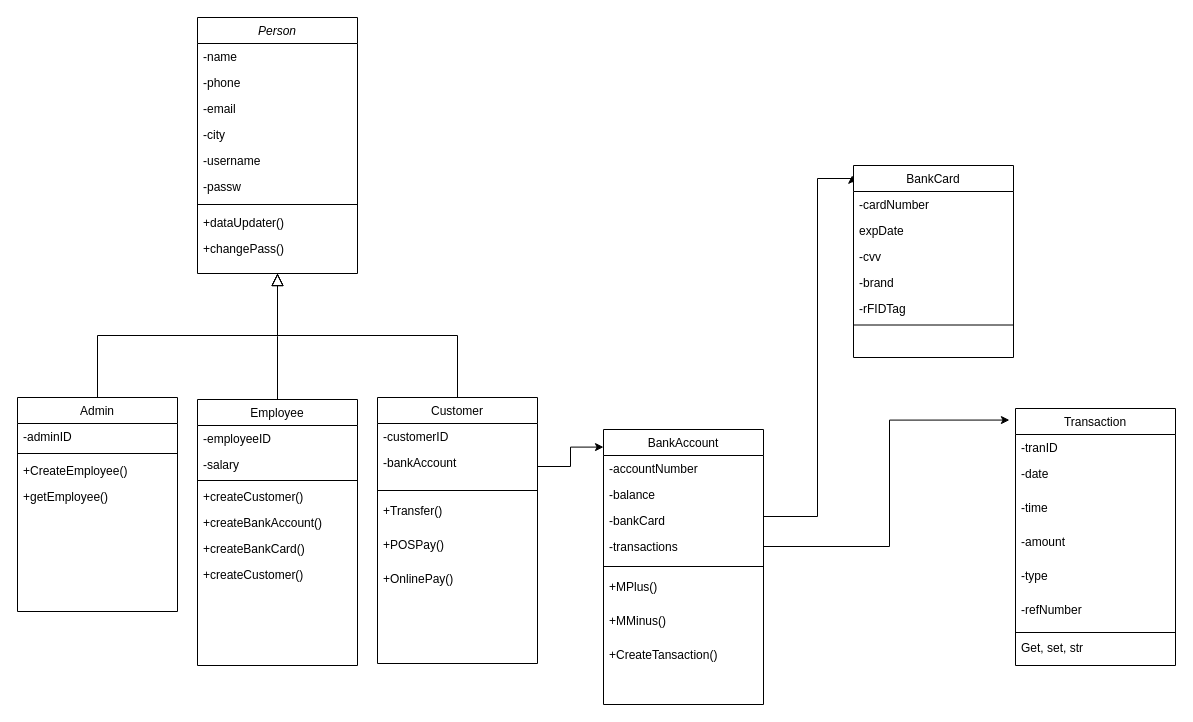
The draw.io diagram OOP Python/Project - Bank/bank.drawio in ladamtla/School, before the edit. Source tidied: cells renumbered, new cells numbered last; positions are measured from the earlier drawing's top-left corner, leaving out a move shared by most shapes. Both pictures are drawn from the tidied source at 100%, with x=0, y=0 at pixel (17, 17).
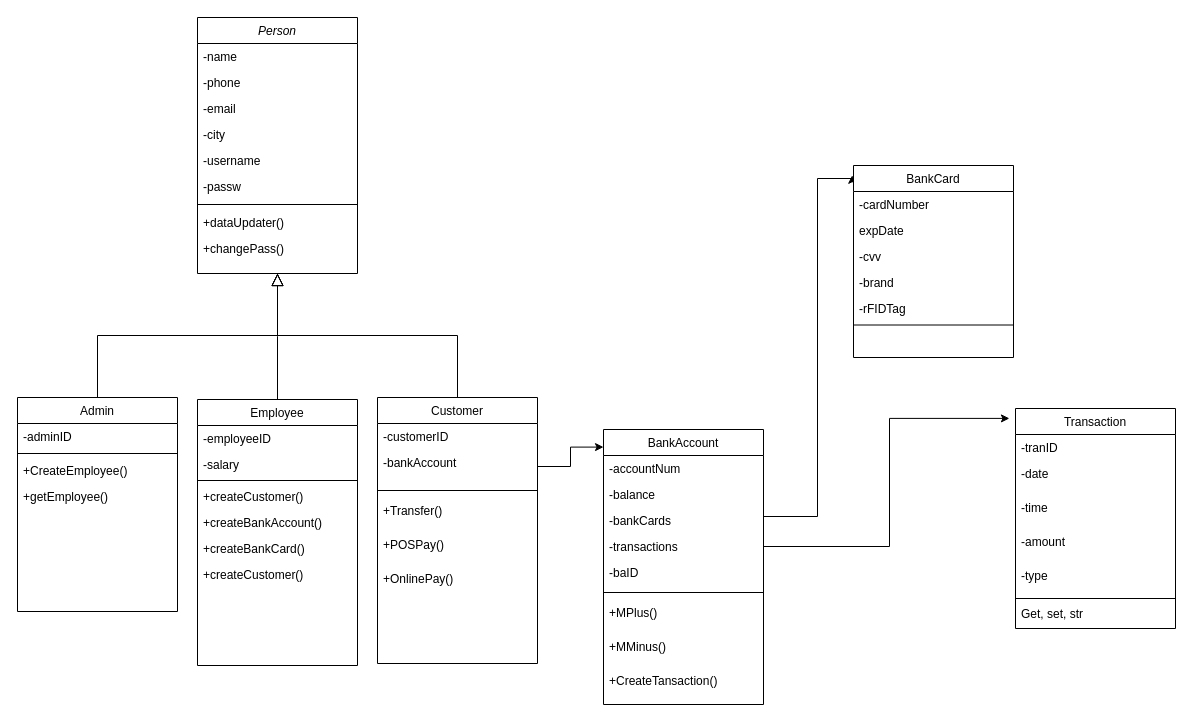
The same diagram, later.

Unchanged cells that the change refers to:
```xml
<mxCell id="36" value="BankAccount" style="swimlane;fontStyle=0;align=center;verticalAlign=top;horizontal=1;startSize=26;rounded=0;shadow=0;strokeWidth=1;" parent="1" vertex="1">
  <mxGeometry x="586" y="412" width="160" height="275" as="geometry" />
</mxCell>
```

The edit, as a diff of the source:
```diff
@@
-    <mxCell id="37" value="-accountNumber" style="text;align=left;verticalAlign=top;spacingLeft=4;spacingRight=4;overflow=hidden;rounded=0;" parent="36" vertex="1">
+    <mxCell id="37" value="-accountNum" style="text;align=left;verticalAlign=top;spacingLeft=4;spacingRight=4;overflow=hidden;rounded=0;" parent="36" vertex="1">
       <mxGeometry y="26" width="160" height="26" as="geometry" />
     </mxCell>
@@
-    <mxCell id="39" value="-bankCard" style="text;align=left;verticalAlign=top;spacingLeft=4;spacingRight=4;overflow=hidden;points=[[0,0.5],[1,0.5]];portConstraint=eastwest;rounded=0;" parent="36" vertex="1">
+    <mxCell id="39" value="-bankCards" style="text;align=left;verticalAlign=top;spacingLeft=4;spacingRight=4;overflow=hidden;points=[[0,0.5],[1,0.5]];portConstraint=eastwest;rounded=0;" parent="36" vertex="1">
       <mxGeometry y="78" width="160" height="26" as="geometry" />
     </mxCell>
@@
+    <mxCell id="63" value="-baID" style="text;align=left;verticalAlign=top;spacingLeft=4;spacingRight=4;overflow=hidden;rounded=0;" parent="36" vertex="1">
+      <mxGeometry y="130" width="160" height="26" as="geometry" />
+    </mxCell>
     <mxCell id="41" style="line;html=1;strokeWidth=1;align=left;verticalAlign=middle;spacingTop=-1;spacingLeft=3;spacingRight=3;labelPosition=right;rounded=0;" parent="36" vertex="1">
-      <mxGeometry y="130" width="160" height="14" as="geometry" />
+      <mxGeometry y="156" width="160" height="14" as="geometry" />
     </mxCell>
     <mxCell id="42" value="+MPlus()" style="text;align=left;verticalAlign=top;spacingLeft=4;spacingRight=4;overflow=hidden;rounded=0;" parent="36" vertex="1">
-      <mxGeometry y="144" width="160" height="34" as="geometry" />
+      <mxGeometry y="170" width="160" height="34" as="geometry" />
     </mxCell>
     <mxCell id="43" value="+MMinus()" style="text;align=left;verticalAlign=top;spacingLeft=4;spacingRight=4;overflow=hidden;rounded=0;" parent="36" vertex="1">
-      <mxGeometry y="178" width="160" height="34" as="geometry" />
+      <mxGeometry y="204" width="160" height="34" as="geometry" />
     </mxCell>
     <mxCell id="44" value="+CreateTansaction()" style="text;align=left;verticalAlign=top;spacingLeft=4;spacingRight=4;overflow=hidden;rounded=0;" parent="36" vertex="1">
-      <mxGeometry y="212" width="160" height="34" as="geometry" />
+      <mxGeometry y="238" width="160" height="34" as="geometry" />
     </mxCell>
@@
     <mxCell id="53" value="Transaction" style="swimlane;fontStyle=0;align=center;verticalAlign=top;horizontal=1;startSize=26;rounded=0;shadow=0;strokeWidth=1;" parent="1" vertex="1">
-      <mxGeometry x="998" y="391" width="160" height="257" as="geometry" />
+      <mxGeometry x="998" y="391" width="160" height="220" as="geometry" />
     </mxCell>
@@
-    <mxCell id="59" value="-refNumber" style="text;align=left;verticalAlign=top;spacingLeft=4;spacingRight=4;overflow=hidden;rounded=0;" parent="53" vertex="1">
-      <mxGeometry y="188" width="160" height="34" as="geometry" />
-    </mxCell>
     <mxCell id="60" style="line;html=1;strokeWidth=1;align=left;verticalAlign=middle;spacingTop=-1;spacingLeft=3;spacingRight=3;labelPosition=right;rounded=0;" parent="53" vertex="1">
-      <mxGeometry y="222" width="160" height="4" as="geometry" />
+      <mxGeometry y="188" width="160" height="4" as="geometry" />
     </mxCell>
     <mxCell id="61" value="Get, set, str" style="text;align=left;verticalAlign=top;spacingLeft=4;spacingRight=4;overflow=hidden;rounded=0;" parent="53" vertex="1">
-      <mxGeometry y="226" width="160" height="26" as="geometry" />
+      <mxGeometry y="192" width="160" height="26" as="geometry" />
     </mxCell>
```
